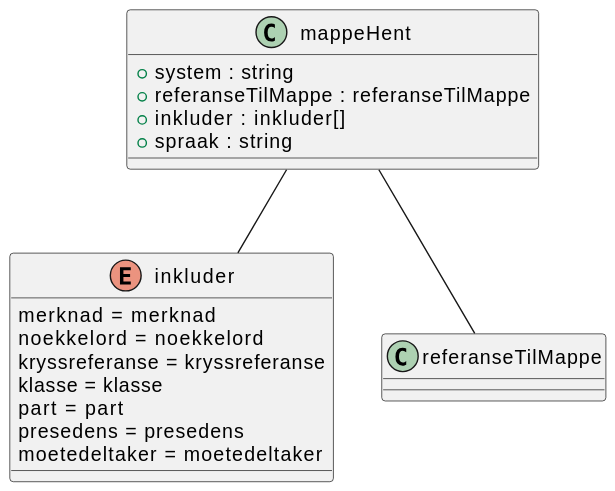
Above: Dokumentasjon/V1/SchemaModels/no/ks/fiks/arkiv/v1/innsyn/mappe/hent-relations.svg in ks-no/fiks-arkiv-specification (PlantUML), before the change. Source of this version:
```plantuml
@startuml
enum inkluder {
    merknad = merknad
    noekkelord = noekkelord
    kryssreferanse = kryssreferanse
    klasse = klasse
    part = part
    presedens = presedens
    moetedeltaker = moetedeltaker
}
class mappeHent {
    +system : string
    +referanseTilMappe : referanseTilMappe
    +inkluder : inkluder[]
    +spraak : string
}

mappeHent -- inkluder
mappeHent -- referanseTilMappe
@enduml
```
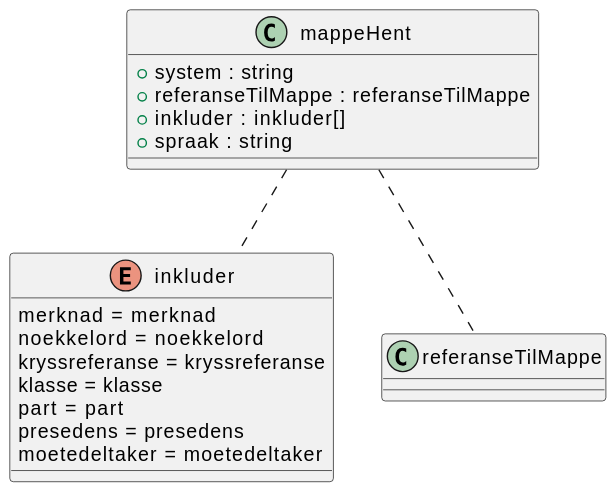
The same file after the commit.

What changed in the source:
```diff
@@ -1,20 +1,6 @@
 @startuml
-enum inkluder {
-    merknad = merknad
-    noekkelord = noekkelord
-    kryssreferanse = kryssreferanse
-    klasse = klasse
-    part = part
-    presedens = presedens
-    moetedeltaker = moetedeltaker
-}
-class mappeHent {
-    +system : string
-    +referanseTilMappe : referanseTilMappe
-    +inkluder : inkluder[]
-    +spraak : string
-}
+!include hent.pu
 
-mappeHent -- inkluder
-mappeHent -- referanseTilMappe
+mappeHent .. inkluder
+mappeHent .. referanseTilMappe
 @enduml
```
